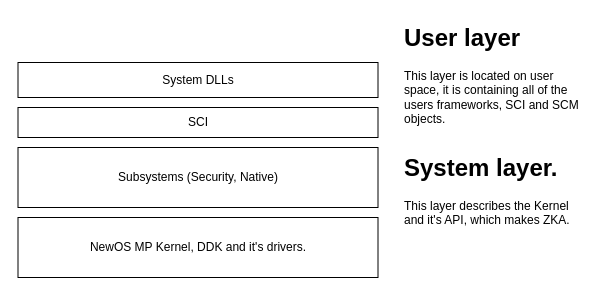
Above: doc/OS-Design.drawio in nekernel-org/nekernel (draw.io), before the change. Source tidied: cells renumbered, new cells numbered last; positions are measured from the earlier drawing's top-left corner, leaving out a move shared by most shapes. Both pictures are drawn from the tidied source at 100%, with x=0, y=0 at pixel (18, 17).
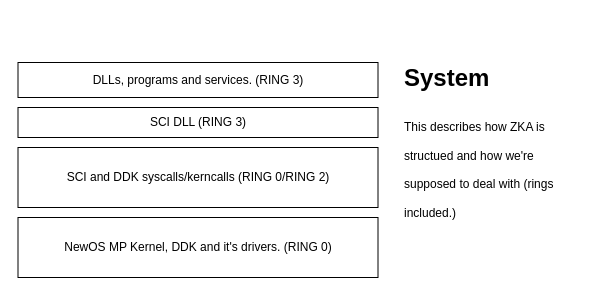
Above is the later version.

The edit, as a diff of the source:
```diff
@@
 <mxGraphModel>
   <root>
     <mxCell id="0" />
     <mxCell id="1" parent="0" />
-    <mxCell id="2" value="SCI" style="rounded=0;whiteSpace=wrap;html=1;" parent="1" vertex="1">
+    <mxCell id="2" value="SCI DLL (RING 3)" style="rounded=0;whiteSpace=wrap;html=1;" parent="1" vertex="1">
       <mxGeometry x="-0.5" y="90" width="360" height="30" as="geometry" />
     </mxCell>
-    <mxCell id="3" value="System DLLs" style="rounded=0;whiteSpace=wrap;html=1;" parent="1" vertex="1">
+    <mxCell id="3" value="DLLs, programs and services. (RING 3)" style="rounded=0;whiteSpace=wrap;html=1;" parent="1" vertex="1">
       <mxGeometry x="-0.5" y="45" width="360" height="35" as="geometry" />
     </mxCell>
-    <mxCell id="4" value="&lt;h1 style=&quot;margin-top: 0px;&quot;&gt;System layer.&lt;/h1&gt;&lt;p&gt;This layer describes the Kernel and it's API, which makes ZKA.&lt;/p&gt;" style="text;html=1;whiteSpace=wrap;overflow=hidden;rounded=0;" parent="1" vertex="1">
-      <mxGeometry x="384" y="130" width="180" height="120" as="geometry" />
+    <mxCell id="4" value="&lt;h1 style=&quot;margin-top: 0px;&quot;&gt;&lt;span style=&quot;background-color: initial;&quot;&gt;System&lt;/span&gt;&lt;/h1&gt;&lt;h1 style=&quot;margin-top: 0px;&quot;&gt;&lt;span style=&quot;font-size: 12px; font-weight: 400;&quot;&gt;This describes how ZKA is structued and how we're supposed to deal with (rings included.)&lt;/span&gt;&lt;/h1&gt;" style="text;html=1;whiteSpace=wrap;overflow=hidden;rounded=0;" parent="1" vertex="1">
+      <mxGeometry x="384" y="40" width="180" height="180" as="geometry" />
     </mxCell>
-    <mxCell id="5" value="NewOS MP Kernel, DDK and it's drivers." style="rounded=0;whiteSpace=wrap;html=1;" parent="1" vertex="1">
+    <mxCell id="5" value="NewOS MP Kernel, DDK and it's drivers. (RING 0)" style="rounded=0;whiteSpace=wrap;html=1;" parent="1" vertex="1">
       <mxGeometry x="-0.5" y="200" width="360" height="60" as="geometry" />
     </mxCell>
-    <mxCell id="6" value="&lt;h1 style=&quot;margin-top: 0px;&quot;&gt;User layer&lt;/h1&gt;&lt;div&gt;This layer is located on user space, it is containing all of the users frameworks, SCI and SCM objects.&lt;/div&gt;" style="text;html=1;whiteSpace=wrap;overflow=hidden;rounded=0;" parent="1" vertex="1">
-      <mxGeometry x="384" width="180" height="120" as="geometry" />
-    </mxCell>
-    <mxCell id="7" value="Subsystems (Security, Native)" style="rounded=0;whiteSpace=wrap;html=1;" parent="1" vertex="1">
+    <mxCell id="7" value="SCI and DDK syscalls/kerncalls (RING 0/RING 2)" style="rounded=0;whiteSpace=wrap;html=1;" parent="1" vertex="1">
       <mxGeometry x="-0.5" y="130" width="360" height="60" as="geometry" />
     </mxCell>
   </root>
 </mxGraphModel>
```
